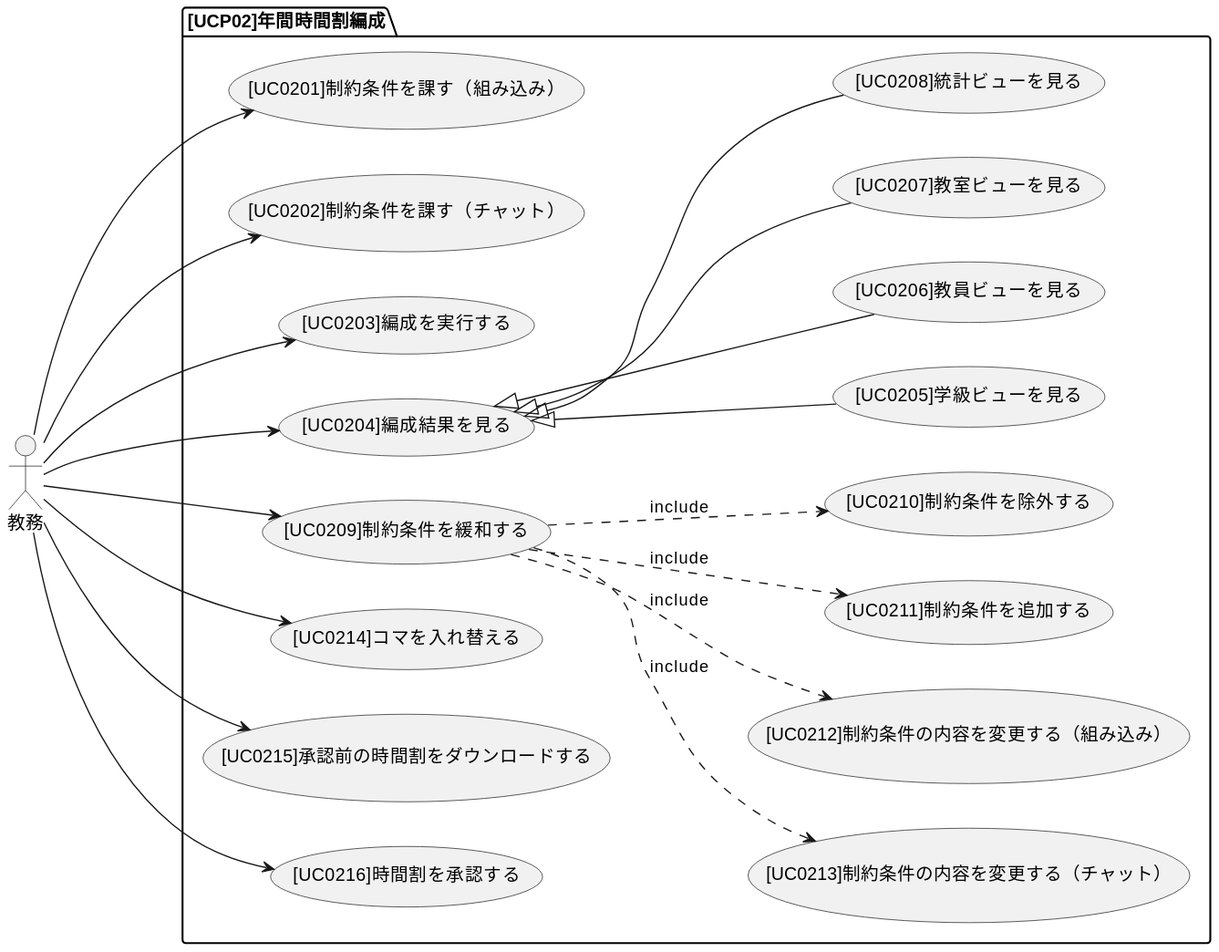
Above: docs/03_要件定義/ユースケース図/UCP02_年間時間割編成.svg in takayanag-i/working-in-progress (PlantUML), before the change. The source it was exported from:
```plantuml
@startuml
left to right direction

:教務:

    package [UCP02]年間時間割編成 {
        教務--->([UC0201]制約条件を課す（組み込み）)
        教務--->([UC0202]制約条件を課す（チャット）)
        教務--->([UC0203]編成を実行する)
        教務--->([UC0204]編成結果を見る)
        教務--->([UC0209]制約条件を緩和する)
        教務--->([UC0214]コマを入れ替える)
        教務--->([UC0215]承認前の時間割をダウンロードする)
        教務--->([UC0216]時間割を承認する)

        ([UC0204]編成結果を見る) <|-- ([UC0205]学級ビューを見る)
        ([UC0204]編成結果を見る) <|-- ([UC0206]教員ビューを見る)
        ([UC0204]編成結果を見る) <|-- ([UC0207]教室ビューを見る)
        ([UC0204]編成結果を見る) <|-- ([UC0208]統計ビューを見る)

        ([UC0209]制約条件を緩和する) ..> ([UC0213]制約条件の内容を変更する（チャット）) : include
        ([UC0209]制約条件を緩和する) ..> ([UC0212]制約条件の内容を変更する（組み込み）) : include
        ([UC0209]制約条件を緩和する) ..> ([UC0211]制約条件を追加する) : include
        ([UC0209]制約条件を緩和する) ..> ([UC0210]制約条件を除外する) : include

    }
@enduml
```
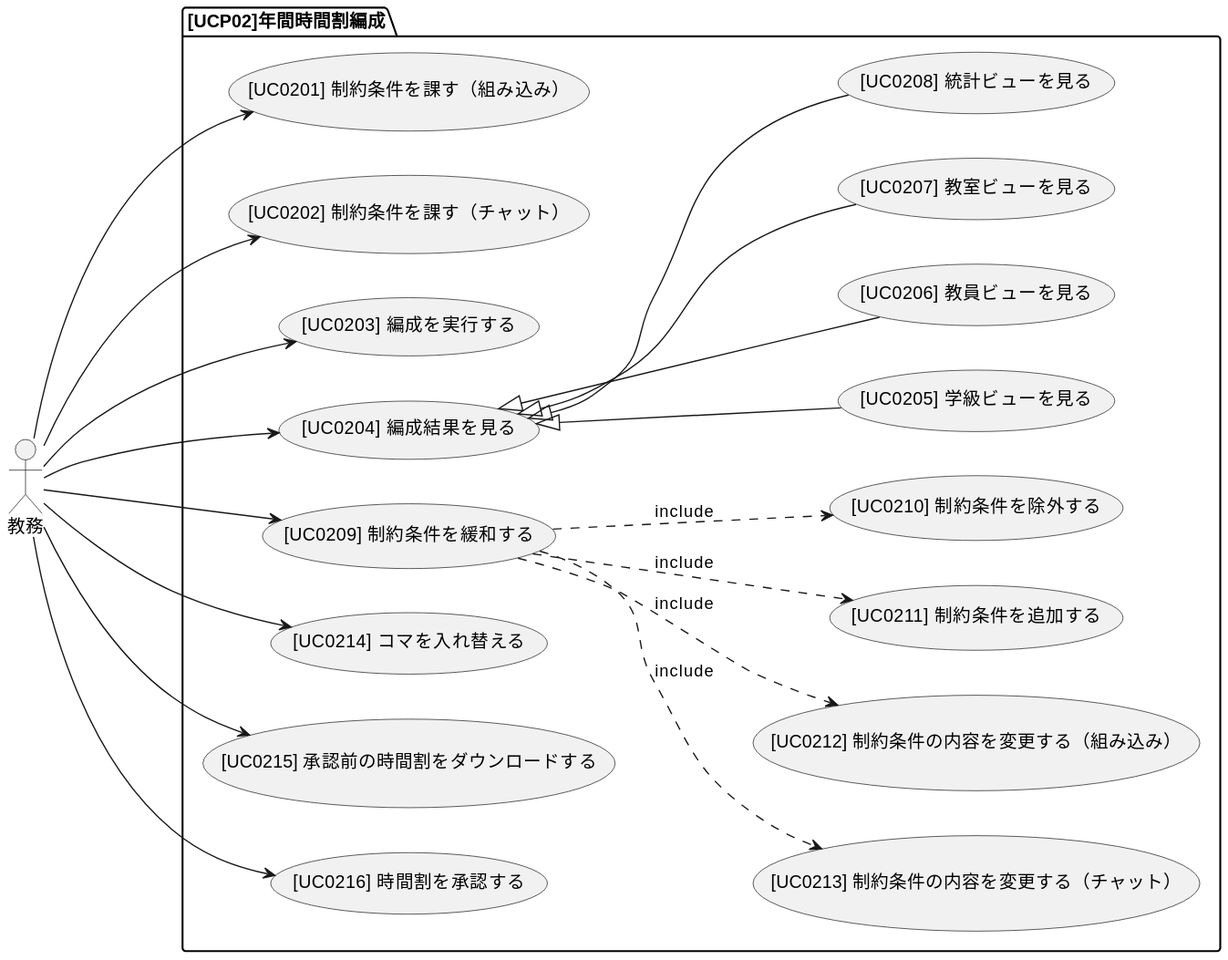
Later version of the same file.

What changed in the source:
```diff
@@ -4,24 +4,24 @@
 :教務:
 
     package [UCP02]年間時間割編成 {
-        教務--->([UC0201]制約条件を課す（組み込み）)
-        教務--->([UC0202]制約条件を課す（チャット）)
-        教務--->([UC0203]編成を実行する)
-        教務--->([UC0204]編成結果を見る)
-        教務--->([UC0209]制約条件を緩和する)
-        教務--->([UC0214]コマを入れ替える)
-        教務--->([UC0215]承認前の時間割をダウンロードする)
-        教務--->([UC0216]時間割を承認する)
+        教務--->([UC0201] 制約条件を課す（組み込み）)
+        教務--->([UC0202] 制約条件を課す（チャット）)
+        教務--->([UC0203] 編成を実行する)
+        教務--->([UC0204] 編成結果を見る)
+        教務--->([UC0209] 制約条件を緩和する)
+        教務--->([UC0214] コマを入れ替える)
+        教務--->([UC0215] 承認前の時間割をダウンロードする)
+        教務--->([UC0216] 時間割を承認する)
 
-        ([UC0204]編成結果を見る) <|-- ([UC0205]学級ビューを見る)
-        ([UC0204]編成結果を見る) <|-- ([UC0206]教員ビューを見る)
-        ([UC0204]編成結果を見る) <|-- ([UC0207]教室ビューを見る)
-        ([UC0204]編成結果を見る) <|-- ([UC0208]統計ビューを見る)
+        ([UC0204] 編成結果を見る) <|-- ([UC0205] 学級ビューを見る)
+        ([UC0204] 編成結果を見る) <|-- ([UC0206] 教員ビューを見る)
+        ([UC0204] 編成結果を見る) <|-- ([UC0207] 教室ビューを見る)
+        ([UC0204] 編成結果を見る) <|-- ([UC0208] 統計ビューを見る)
 
-        ([UC0209]制約条件を緩和する) ..> ([UC0213]制約条件の内容を変更する（チャット）) : include
-        ([UC0209]制約条件を緩和する) ..> ([UC0212]制約条件の内容を変更する（組み込み）) : include
-        ([UC0209]制約条件を緩和する) ..> ([UC0211]制約条件を追加する) : include
-        ([UC0209]制約条件を緩和する) ..> ([UC0210]制約条件を除外する) : include
+        ([UC0209] 制約条件を緩和する) ..> ([UC0213] 制約条件の内容を変更する（チャット）) : include
+        ([UC0209] 制約条件を緩和する) ..> ([UC0212] 制約条件の内容を変更する（組み込み）) : include
+        ([UC0209] 制約条件を緩和する) ..> ([UC0211] 制約条件を追加する) : include
+        ([UC0209] 制約条件を緩和する) ..> ([UC0210] 制約条件を除外する) : include
 
     }
 @enduml
```
